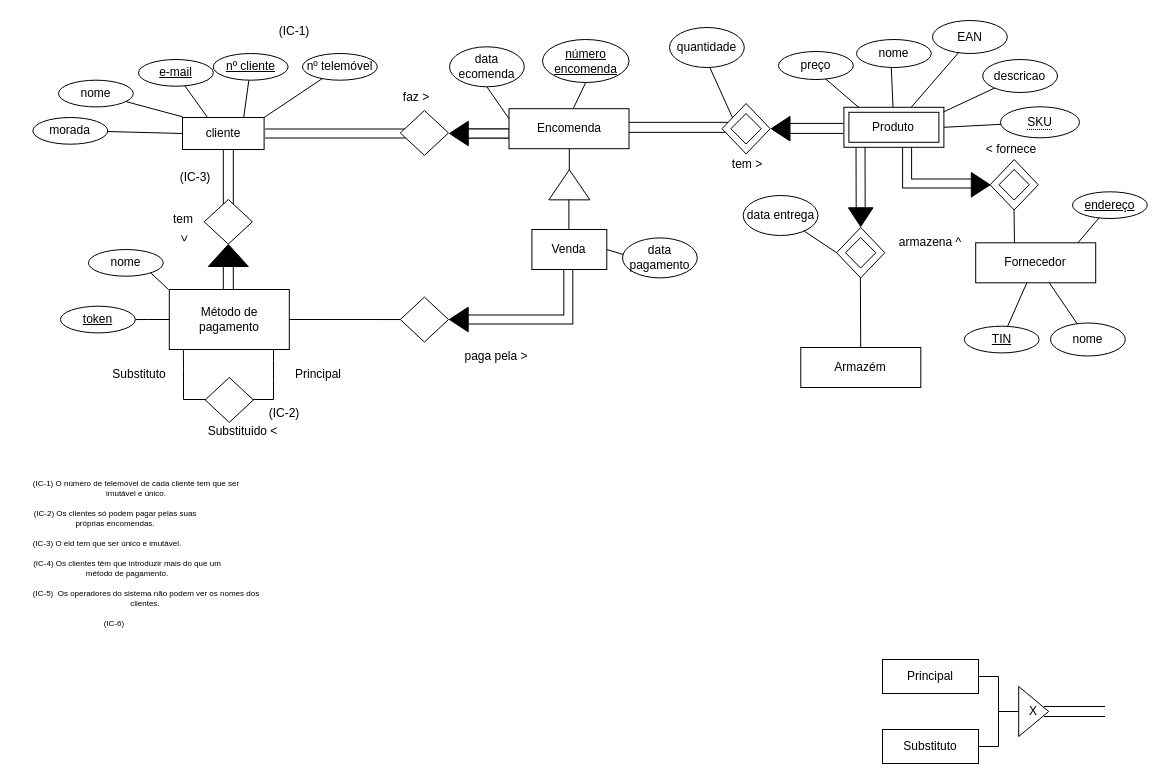
Earlier version of the draw.io diagram Diagrama sem nome.drawio (SamuelGoncalves8/Bd-project). Source tidied: cells renumbered, new cells numbered last; positions are measured from the earlier drawing's top-left corner, leaving out a move shared by most shapes. Both pictures are drawn from the tidied source at 100%, with x=0, y=0 at pixel (17, 16).
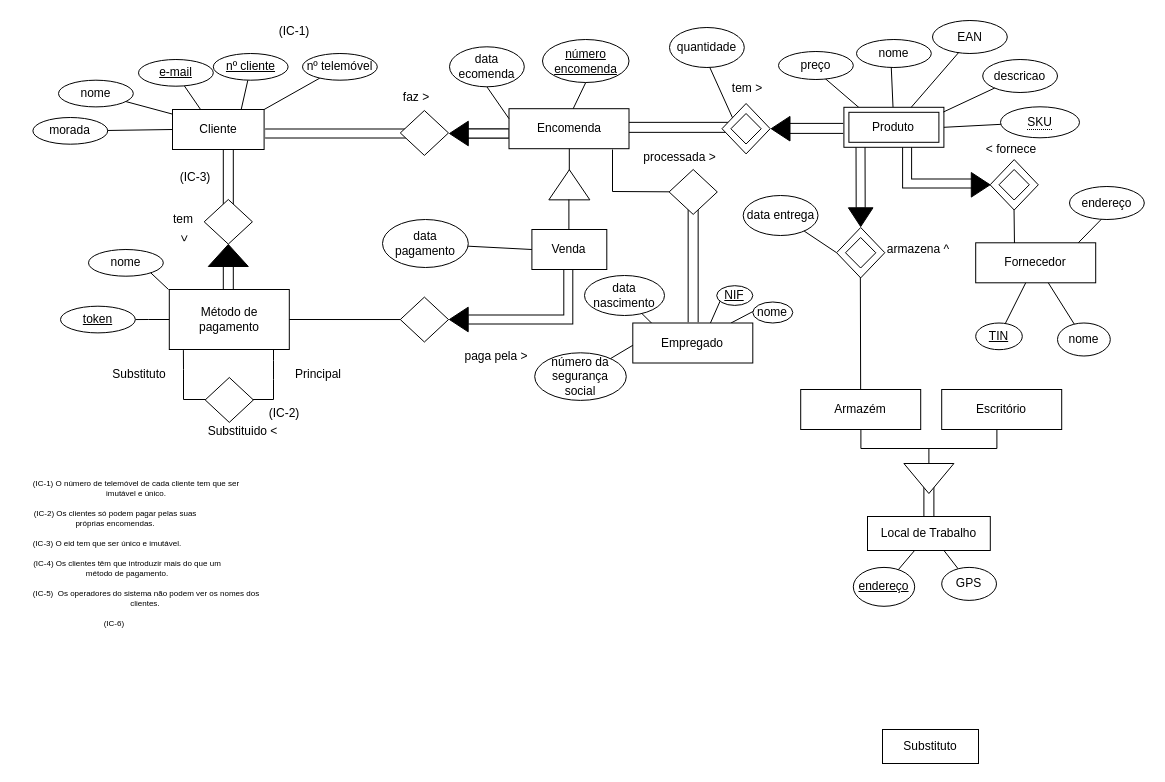
The same diagram, later.

Unchanged cells that the change refers to:
```xml
<mxCell id="28" value="nome" style="ellipse;whiteSpace=wrap;html=1;" parent="1" vertex="1">
  <mxGeometry x="41" y="63.7" width="74.8" height="26.7" as="geometry" />
</mxCell>
<mxCell id="45" value="Venda" style="rounded=0;whiteSpace=wrap;html=1;" parent="1" vertex="1">
  <mxGeometry x="514.4" y="213" width="74.9" height="40" as="geometry" />
</mxCell>
<mxCell id="68" value="Fornecedor" style="rounded=0;whiteSpace=wrap;html=1;" parent="1" vertex="1">
  <mxGeometry x="958.2" y="226.3" width="120" height="40" as="geometry" />
</mxCell>
```

Diff of the diagram source:
```diff
@@
+    <mxCell id="109" style="endArrow=none;html=1;rounded=0;entryX=0.413;entryY=0.045;entryDx=0;entryDy=0;entryPerimeter=0;" parent="1" edge="1" source="117" target="120">
+      <mxGeometry relative="1" as="geometry" />
+    </mxCell>
+    <mxCell id="27" style="endArrow=none;html=1;rounded=0;" parent="1" edge="1" target="28">
+      <mxGeometry relative="1" as="geometry">
+        <mxPoint x="165" y="100.3" as="sourcePoint" />
+      </mxGeometry>
+    </mxCell>
+    <mxCell id="110" style="shape=partialRectangle;whiteSpace=wrap;html=1;left=0;right=0;fillColor=none;rotation=90;" parent="1" vertex="1">
+      <mxGeometry x="608.7" y="233.3" width="133.9" height="10" as="geometry" />
+    </mxCell>
+    <mxCell id="111" style="endArrow=none;html=1;rounded=0;exitX=0.028;exitY=0.508;exitDx=0;exitDy=0;exitPerimeter=0;" parent="1" edge="1" source="117" target="118">
+      <mxGeometry relative="1" as="geometry" />
+    </mxCell>
+    <mxCell id="112" style="endArrow=none;html=1;rounded=0;exitX=0.162;exitY=0.019;exitDx=0;exitDy=0;exitPerimeter=0;" parent="1" edge="1" source="117" target="119">
+      <mxGeometry relative="1" as="geometry" />
+    </mxCell>
+    <mxCell id="113" style="endArrow=none;html=1;rounded=0;entryX=0.24;entryY=0.175;entryDx=0;entryDy=0;entryPerimeter=0;exitX=0.5;exitY=1;exitDx=0;exitDy=0;" parent="1" edge="1" source="117" target="121">
+      <mxGeometry relative="1" as="geometry" />
+    </mxCell>
@@
-    <mxCell id="6" style="endArrow=none;html=1;rounded=0;entryX=0.834;entryY=0.064;entryDx=0;entryDy=0;entryPerimeter=0;" parent="1" edge="1" source="74" target="68">
+    <mxCell id="6" style="endArrow=none;html=1;rounded=0;entryX=0.834;entryY=0.064;entryDx=0;entryDy=0;entryPerimeter=0;exitX=0.427;exitY=0.991;exitDx=0;exitDy=0;exitPerimeter=0;" parent="1" edge="1" source="116" target="68">
       <mxGeometry relative="1" as="geometry" />
     </mxCell>
@@
-    <mxCell id="10" style="endArrow=none;html=1;rounded=0;exitX=0.401;exitY=0.25;exitDx=0;exitDy=0;entryX=1;entryY=0.5;entryDx=0;entryDy=0;exitPerimeter=0;" parent="1" edge="1" source="52" target="45">
-      <mxGeometry relative="1" as="geometry">
-        <Array as="points">
-          <mxPoint x="655" y="253" />
-        </Array>
-      </mxGeometry>
-    </mxCell>
@@
-    <mxCell id="18" value="&lt;div&gt;cliente&lt;/div&gt;" style="rounded=0;whiteSpace=wrap;html=1;" parent="1" vertex="1">
-      <mxGeometry x="165" y="101" width="81.6" height="32" as="geometry" />
+    <mxCell id="18" value="&lt;div&gt;Cliente&lt;/div&gt;" style="rounded=0;whiteSpace=wrap;html=1;" parent="1" vertex="1">
+      <mxGeometry x="155" y="93" width="91.6" height="40" as="geometry" />
     </mxCell>
@@
-    <mxCell id="27" style="endArrow=none;html=1;rounded=0;" parent="1" edge="1" target="28">
-      <mxGeometry relative="1" as="geometry">
-        <mxPoint x="165" y="100.3" as="sourcePoint" />
-      </mxGeometry>
-    </mxCell>
@@
-    <mxCell id="33" value="&lt;div&gt;&lt;br&gt;&lt;/div&gt;&lt;div&gt;&lt;br&gt;&lt;/div&gt;" style="shape=partialRectangle;whiteSpace=wrap;html=1;top=0;bottom=0;fillColor=none;rotation=90;" parent="1" vertex="1">
-      <mxGeometry x="1052" y="665" width="10" height="60" as="geometry" />
+    <mxCell id="33" value="&lt;div&gt;&lt;br&gt;&lt;/div&gt;&lt;div&gt;&lt;br&gt;&lt;/div&gt;" style="shape=partialRectangle;whiteSpace=wrap;html=1;top=0;bottom=0;fillColor=none;rotation=-180;" parent="1" vertex="1">
+      <mxGeometry x="906.4" y="461" width="10" height="39" as="geometry" />
     </mxCell>
+    <mxCell id="35" style="strokeWidth=1;html=1;shape=mxgraph.flowchart.annotation_2;align=left;labelPosition=right;rotation=-90;" parent="1" vertex="1">
+      <mxGeometry x="891.4" y="364" width="40" height="136" as="geometry" />
+    </mxCell>
-    <mxCell id="34" value="X" style="triangle;whiteSpace=wrap;html=1;" parent="1" vertex="1">
-      <mxGeometry x="1001.2" y="670" width="30" height="50" as="geometry" />
+    <mxCell id="34" style="triangle;whiteSpace=wrap;html=1;rotation=90;" parent="1" vertex="1">
+      <mxGeometry x="896.4" y="437" width="30" height="50" as="geometry" />
     </mxCell>
-    <mxCell id="35" style="strokeWidth=1;html=1;shape=mxgraph.flowchart.annotation_2;align=left;labelPosition=right;rotation=-180;" parent="1" vertex="1">
-      <mxGeometry x="961" y="660" width="40" height="70" as="geometry" />
-    </mxCell>
-    <mxCell id="36" value="Principal" style="rounded=0;whiteSpace=wrap;html=1;" parent="1" vertex="1">
-      <mxGeometry x="865" y="643" width="96" height="34" as="geometry" />
+    <mxCell id="36" value="Local de Trabalho" style="rounded=0;whiteSpace=wrap;html=1;" parent="1" vertex="1">
+      <mxGeometry x="850" y="500" width="122.8" height="34" as="geometry" />
     </mxCell>
@@
     <mxCell id="52" value="data pagamento" style="ellipse;whiteSpace=wrap;html=1;" parent="1" vertex="1">
-      <mxGeometry x="605" y="221.4" width="74.8" height="40" as="geometry" />
+      <mxGeometry x="365" y="203" width="85.8" height="48" as="geometry" />
     </mxCell>
@@
     <mxCell id="55" value="tem &amp;gt;" style="text;html=1;strokeColor=none;fillColor=none;align=center;verticalAlign=middle;whiteSpace=wrap;rounded=0;rotation=0;" parent="1" vertex="1">
-      <mxGeometry x="699.8" y="132.5" width="60" height="30" as="geometry" />
+      <mxGeometry x="699.8" y="57" width="60" height="30" as="geometry" />
     </mxCell>
@@
     <mxCell id="72" value="nome" style="ellipse;whiteSpace=wrap;html=1;" parent="1" vertex="1">
-      <mxGeometry x="1033" y="306.5" width="74.8" height="33" as="geometry" />
+      <mxGeometry x="1040" y="306.5" width="52.8" height="33" as="geometry" />
     </mxCell>
     <mxCell id="73" value="TIN" style="ellipse;whiteSpace=wrap;html=1;fontStyle=4;" parent="1" vertex="1">
-      <mxGeometry x="946.8" y="309.7" width="74.8" height="26.7" as="geometry" />
+      <mxGeometry x="958.2" y="306.5" width="46.6" height="26.7" as="geometry" />
     </mxCell>
-    <mxCell id="74" value="endereço" style="ellipse;whiteSpace=wrap;html=1;fontStyle=4;" parent="1" vertex="1">
-      <mxGeometry x="1055" y="175.3" width="74.8" height="26.7" as="geometry" />
-    </mxCell>
@@
     <mxCell id="77" value="armazena ^" style="text;html=1;strokeColor=none;fillColor=none;align=center;verticalAlign=middle;whiteSpace=wrap;rounded=0;rotation=0;" parent="1" vertex="1">
-      <mxGeometry x="878.8" y="211" width="68.4" height="30" as="geometry" />
+      <mxGeometry x="867.3" y="218" width="68.4" height="30" as="geometry" />
     </mxCell>
     <mxCell id="78" value="Armazém" style="rounded=0;whiteSpace=wrap;html=1;" parent="1" vertex="1">
-      <mxGeometry x="783.3" y="331" width="120" height="40" as="geometry" />
+      <mxGeometry x="783.2" y="373" width="120" height="40" as="geometry" />
     </mxCell>
@@
+    <mxCell id="114" style="endArrow=none;html=1;rounded=0;" parent="1" edge="1" source="115">
+      <mxGeometry relative="1" as="geometry">
+        <mxPoint x="595" y="133" as="targetPoint" />
+        <Array as="points">
+          <mxPoint x="595" y="175" />
+        </Array>
+      </mxGeometry>
+    </mxCell>
+    <mxCell id="115" style="rhombus;whiteSpace=wrap;html=1;" parent="1" vertex="1">
+      <mxGeometry x="651.6" y="153" width="48.2" height="44.9" as="geometry" />
+    </mxCell>
+    <mxCell id="10" style="endArrow=none;html=1;rounded=0;entryX=0;entryY=0.5;entryDx=0;entryDy=0;exitX=0.997;exitY=0.556;exitDx=0;exitDy=0;exitPerimeter=0;" parent="1" edge="1" source="52" target="45">
+      <mxGeometry relative="1" as="geometry" />
+    </mxCell>
+    <mxCell id="116" value="endereço" style="ellipse;whiteSpace=wrap;html=1;" parent="1" vertex="1">
+      <mxGeometry x="1052" y="170" width="74.8" height="33" as="geometry" />
+    </mxCell>
+    <mxCell id="117" value="Empregado" style="rounded=0;whiteSpace=wrap;html=1;" parent="1" vertex="1">
+      <mxGeometry x="615.3" y="306.5" width="120" height="40" as="geometry" />
+    </mxCell>
+    <mxCell id="118" value="número da segurança social" style="ellipse;whiteSpace=wrap;html=1;" parent="1" vertex="1">
+      <mxGeometry x="517.2" y="336.3" width="91.6" height="47.6" as="geometry" />
+    </mxCell>
+    <mxCell id="119" value="data nascimento" style="ellipse;whiteSpace=wrap;html=1;" parent="1" vertex="1">
+      <mxGeometry x="567" y="259" width="80" height="40" as="geometry" />
+    </mxCell>
+    <mxCell id="120" value="nome" style="ellipse;whiteSpace=wrap;html=1;" parent="1" vertex="1">
+      <mxGeometry x="735.3" y="285.5" width="40" height="21" as="geometry" />
+    </mxCell>
+    <mxCell id="121" value="&lt;u&gt;NIF&lt;/u&gt;" style="ellipse;whiteSpace=wrap;html=1;" parent="1" vertex="1">
+      <mxGeometry x="699.2" y="269.2" width="36.1" height="19.7" as="geometry" />
+    </mxCell>
+    <mxCell id="122" value="processada &amp;gt;" style="text;html=1;strokeColor=none;fillColor=none;align=center;verticalAlign=middle;whiteSpace=wrap;rounded=0;rotation=0;" parent="1" vertex="1">
+      <mxGeometry x="624.6" y="126" width="75.2" height="30" as="geometry" />
+    </mxCell>
+    <mxCell id="123" value="Escritório" style="rounded=0;whiteSpace=wrap;html=1;" parent="1" vertex="1">
+      <mxGeometry x="924.2" y="373" width="120" height="40" as="geometry" />
+    </mxCell>
+    <mxCell id="124" value="GPS" style="ellipse;whiteSpace=wrap;html=1;" parent="1" vertex="1">
+      <mxGeometry x="924.2" y="550.9" width="54.8" height="33" as="geometry" />
+    </mxCell>
+    <mxCell id="74" value="endereço" style="ellipse;whiteSpace=wrap;html=1;fontStyle=4;" parent="1" vertex="1">
+      <mxGeometry x="835.8" y="550.9" width="61.4" height="38.9" as="geometry" />
+    </mxCell>
+    <mxCell id="125" style="endArrow=none;html=1;rounded=0;entryX=0.624;entryY=1.007;entryDx=0;entryDy=0;entryPerimeter=0;" parent="1" edge="1" source="124" target="36">
+      <mxGeometry relative="1" as="geometry" />
+    </mxCell>
+    <mxCell id="126" style="endArrow=none;html=1;rounded=0;" parent="1" edge="1" source="74" target="36">
+      <mxGeometry relative="1" as="geometry" />
+    </mxCell>
```
